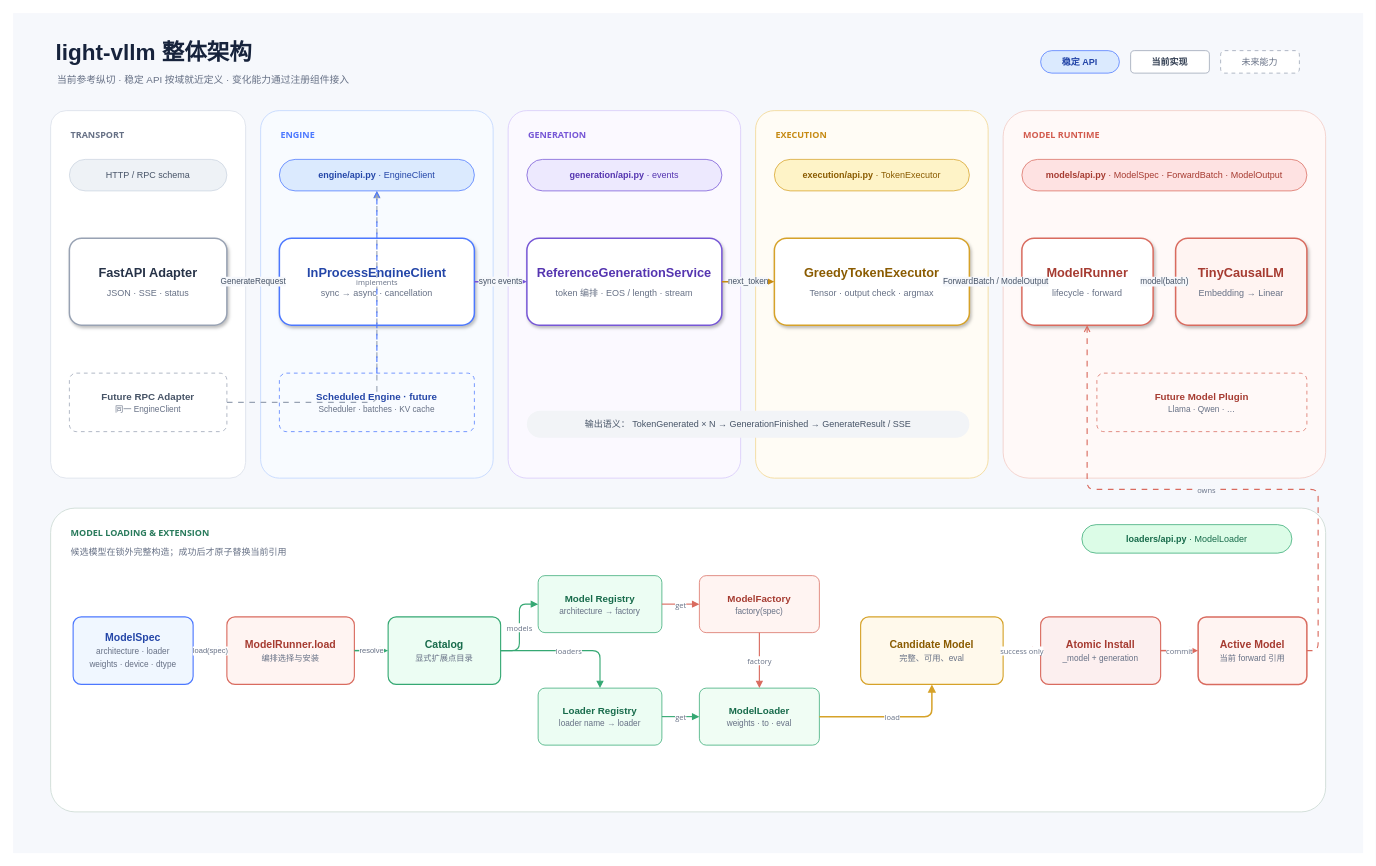
poorpaper/light-vllm keeps this draw.io diagram as docs/assets/light-vllm-overall-architecture.drawio. Above is the earlier version. Source tidied: cells renumbered, new cells numbered last; positions are measured from the earlier drawing's top-left corner, leaving out a move shared by most shapes. Both pictures are drawn from the tidied source at 75%, with x=0, y=0 at pixel (13, 13).
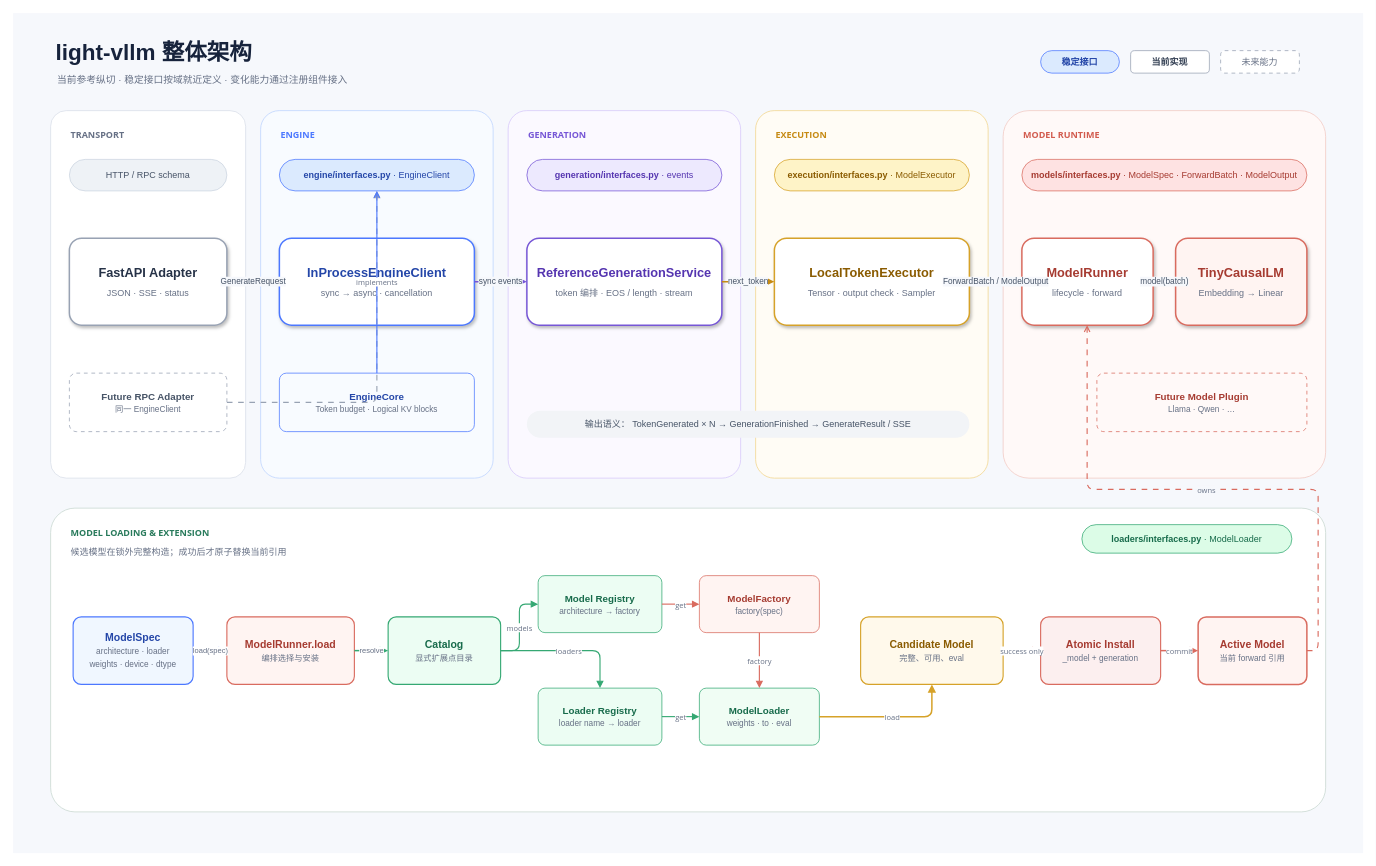
The same page after the edit.

Change to the diagram source:
```diff
@@
-    <mxCell id="4" value="&lt;span style=&quot;font-size:13px;color:#667085;&quot;&gt;当前参考纵切 · 稳定 API 按域就近定义 · 变化能力通过注册组件接入&lt;/span&gt;" style="text;html=1;strokeColor=none;fillColor=none;align=left;verticalAlign=middle;whiteSpace=wrap;fontFamily=Microsoft YaHei;" parent="1" vertex="1">
+    <mxCell id="4" value="&lt;span style=&quot;font-size:13px;color:#667085;&quot;&gt;当前参考纵切 · 稳定接口按域就近定义 · 变化能力通过注册组件接入&lt;/span&gt;" style="text;html=1;strokeColor=none;fillColor=none;align=left;verticalAlign=middle;whiteSpace=wrap;fontFamily=Microsoft YaHei;" parent="1" vertex="1">
       <mxGeometry x="57" y="75" width="950" height="28" as="geometry" />
     </mxCell>
-    <mxCell id="5" value="稳定 API" style="rounded=1;arcSize=50;whiteSpace=wrap;html=1;fillColor=#DBEAFE;strokeColor=#4C78FF;fontColor=#2446A8;fontSize=12;fontStyle=1;fontFamily=Microsoft YaHei;" parent="1" vertex="1">
+    <mxCell id="5" value="稳定接口" style="rounded=1;arcSize=50;whiteSpace=wrap;html=1;fillColor=#DBEAFE;strokeColor=#4C78FF;fontColor=#2446A8;fontSize=12;fontStyle=1;fontFamily=Microsoft YaHei;" parent="1" vertex="1">
       <mxGeometry x="1370" y="50" width="105" height="30" as="geometry" />
     </mxCell>
@@
-    <mxCell id="19" value="&lt;b&gt;engine/api.py&lt;/b&gt; · EngineClient" style="rounded=1;arcSize=50;whiteSpace=wrap;html=1;fillColor=#DBEAFE;strokeColor=#4C78FF;fontColor=#2446A8;fontSize=12;fontFamily=Microsoft YaHei;" parent="1" vertex="1">
+    <mxCell id="19" value="&lt;b&gt;engine/interfaces.py&lt;/b&gt; · EngineClient" style="rounded=1;arcSize=50;whiteSpace=wrap;html=1;fillColor=#DBEAFE;strokeColor=#4C78FF;fontColor=#2446A8;fontSize=12;fontFamily=Microsoft YaHei;" parent="1" vertex="1">
       <mxGeometry x="355" y="195" width="260" height="42" as="geometry" />
     </mxCell>
-    <mxCell id="20" value="&lt;b&gt;generation/api.py&lt;/b&gt; · events" style="rounded=1;arcSize=50;whiteSpace=wrap;html=1;fillColor=#EDE9FE;strokeColor=#7656D6;fontColor=#5535B0;fontSize=12;fontFamily=Microsoft YaHei;" parent="1" vertex="1">
+    <mxCell id="20" value="&lt;b&gt;generation/interfaces.py&lt;/b&gt; · events" style="rounded=1;arcSize=50;whiteSpace=wrap;html=1;fillColor=#EDE9FE;strokeColor=#7656D6;fontColor=#5535B0;fontSize=12;fontFamily=Microsoft YaHei;" parent="1" vertex="1">
       <mxGeometry x="685" y="195" width="260" height="42" as="geometry" />
     </mxCell>
-    <mxCell id="21" value="&lt;b&gt;execution/api.py&lt;/b&gt; · TokenExecutor" style="rounded=1;arcSize=50;whiteSpace=wrap;html=1;fillColor=#FEF3C7;strokeColor=#D6A229;fontColor=#8A5B00;fontSize=12;fontFamily=Microsoft YaHei;" parent="1" vertex="1">
+    <mxCell id="21" value="&lt;b&gt;execution/interfaces.py&lt;/b&gt; · ModelExecutor" style="rounded=1;arcSize=50;whiteSpace=wrap;html=1;fillColor=#FEF3C7;strokeColor=#D6A229;fontColor=#8A5B00;fontSize=12;fontFamily=Microsoft YaHei;" parent="1" vertex="1">
       <mxGeometry x="1015" y="195" width="260" height="42" as="geometry" />
     </mxCell>
-    <mxCell id="22" value="&lt;b&gt;models/api.py&lt;/b&gt; · ModelSpec · ForwardBatch · ModelOutput" style="rounded=1;arcSize=50;whiteSpace=wrap;html=1;fillColor=#FEE2E2;strokeColor=#D96B5F;fontColor=#A63B31;fontSize=12;fontFamily=Microsoft YaHei;" parent="1" vertex="1">
+    <mxCell id="22" value="&lt;b&gt;models/interfaces.py&lt;/b&gt; · ModelSpec · ForwardBatch · ModelOutput" style="rounded=1;arcSize=50;whiteSpace=wrap;html=1;fillColor=#FEE2E2;strokeColor=#D96B5F;fontColor=#A63B31;fontSize=12;fontFamily=Microsoft YaHei;" parent="1" vertex="1">
       <mxGeometry x="1345" y="195" width="380" height="42" as="geometry" />
     </mxCell>
@@
-    <mxCell id="26" value="&lt;div style=&quot;font-size:17px;font-weight:700;color:#8A5B00;&quot;&gt;GreedyTokenExecutor&lt;/div&gt;&lt;div style=&quot;font-size:12px;color:#667085;margin-top:8px;&quot;&gt;Tensor · output check · argmax&lt;/div&gt;" style="rounded=1;arcSize=14;whiteSpace=wrap;html=1;fillColor=#FFFFFF;strokeColor=#D6A229;strokeWidth=2;shadow=1;fontFamily=Microsoft YaHei;" parent="1" vertex="1">
+    <mxCell id="26" value="&lt;div style=&quot;font-size:17px;font-weight:700;color:#8A5B00;&quot;&gt;LocalTokenExecutor&lt;/div&gt;&lt;div style=&quot;font-size:12px;color:#667085;margin-top:8px;&quot;&gt;Tensor · output check · Sampler&lt;/div&gt;" style="rounded=1;arcSize=14;whiteSpace=wrap;html=1;fillColor=#FFFFFF;strokeColor=#D6A229;strokeWidth=2;shadow=1;fontFamily=Microsoft YaHei;" parent="1" vertex="1">
       <mxGeometry x="1015" y="300" width="260" height="116" as="geometry" />
     </mxCell>
@@
-    <mxCell id="30" value="&lt;b&gt;Scheduled Engine · future&lt;/b&gt;&lt;br&gt;&lt;span style=&quot;font-size:11px;color:#667085;&quot;&gt;Scheduler · batches · KV cache&lt;/span&gt;" style="rounded=1;arcSize=12;whiteSpace=wrap;html=1;fillColor=#F8FBFF;strokeColor=#4C78FF;dashed=1;dashPattern=5 5;fontColor=#2446A8;fontSize=13;fontFamily=Microsoft YaHei;" parent="1" vertex="1">
+    <mxCell id="30" value="&lt;b&gt;EngineCore&lt;/b&gt;&lt;br&gt;&lt;span style=&quot;font-size:11px;color:#667085;&quot;&gt;Token budget · Logical KV blocks&lt;/span&gt;" style="rounded=1;arcSize=12;whiteSpace=wrap;html=1;fillColor=#F8FBFF;strokeColor=#4C78FF;fontColor=#2446A8;fontSize=13;fontFamily=Microsoft YaHei;" parent="1" vertex="1">
       <mxGeometry x="355" y="480" width="260" height="78" as="geometry" />
     </mxCell>
@@
-    <mxCell id="39" value="implements" style="edgeStyle=orthogonalEdgeStyle;rounded=1;jettySize=auto;html=1;strokeWidth=1.5;strokeColor=#4C78FF;dashed=1;dashPattern=5 5;endArrow=open;endFill=0;fontSize=10;fontColor=#667085;fontFamily=Segoe UI;" parent="1" edge="1" source="30" target="19">
+    <mxCell id="39" value="implements" style="edgeStyle=orthogonalEdgeStyle;rounded=1;jettySize=auto;html=1;strokeWidth=1.5;strokeColor=#4C78FF;endArrow=open;endFill=0;fontSize=10;fontColor=#667085;fontFamily=Segoe UI;" parent="1" edge="1" source="30" target="19">
       <mxGeometry relative="1" as="geometry" />
     </mxCell>
@@
-    <mxCell id="43" value="&lt;b&gt;loaders/api.py&lt;/b&gt; · ModelLoader" style="rounded=1;arcSize=50;whiteSpace=wrap;html=1;fillColor=#DCFCE7;strokeColor=#35A873;fontColor=#176B4B;fontSize=12;fontFamily=Microsoft YaHei;" parent="1" vertex="1">
+    <mxCell id="43" value="&lt;b&gt;loaders/interfaces.py&lt;/b&gt; · ModelLoader" style="rounded=1;arcSize=50;whiteSpace=wrap;html=1;fillColor=#DCFCE7;strokeColor=#35A873;fontColor=#176B4B;fontSize=12;fontFamily=Microsoft YaHei;" parent="1" vertex="1">
       <mxGeometry x="1425" y="682" width="280" height="38" as="geometry" />
     </mxCell>
```
